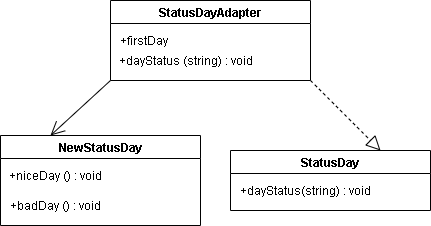
prusichka/Patterns keeps this draw.io diagram as Adapter/adapter.png. Above is the earlier version. Source tidied: cells renumbered, new cells last; positions are measured from the earlier drawing's top-left corner, leaving out a move shared by most shapes. Its diagram source:
```xml
<mxGraphModel>
  <root>
    <mxCell id="0" />
    <mxCell id="1" parent="0" />
    <mxCell id="2" value="StatusDay" style="swimlane;" parent="1" vertex="1">
      <mxGeometry x="230" y="150" width="200" height="60" as="geometry" />
    </mxCell>
    <mxCell id="3" value="+dayStatus(string) : void" style="text;html=1;align=center;verticalAlign=middle;strokeColor=none;" parent="2" vertex="1">
      <mxGeometry x="5" y="30" width="140" height="20" as="geometry" />
    </mxCell>
    <mxCell id="4" value="NewStatusDay" style="swimlane;" parent="1" vertex="1">
      <mxGeometry y="135" width="200" height="90" as="geometry" />
    </mxCell>
    <mxCell id="5" value="+niceDay () : void" style="text;html=1;align=center;verticalAlign=middle;strokeColor=none;" parent="4" vertex="1">
      <mxGeometry y="30" width="110" height="20" as="geometry" />
    </mxCell>
    <mxCell id="6" value="+badDay () : void" style="text;html=1;align=center;verticalAlign=middle;strokeColor=none;" parent="4" vertex="1">
      <mxGeometry x="5" y="60" width="100" height="20" as="geometry" />
    </mxCell>
    <mxCell id="7" value="StatusDayAdapter" style="swimlane;" parent="1" vertex="1">
      <mxGeometry x="110" width="200" height="80" as="geometry" />
    </mxCell>
    <mxCell id="8" value="+firstDay&amp;nbsp;" style="text;html=1;align=center;verticalAlign=middle;strokeColor=none;" parent="7" vertex="1">
      <mxGeometry y="30" width="70" height="20" as="geometry" />
    </mxCell>
    <mxCell id="9" value="+dayStatus (string) : void" style="text;html=1;align=center;verticalAlign=middle;strokeColor=none;" parent="7" vertex="1">
      <mxGeometry y="50" width="150" height="20" as="geometry" />
    </mxCell>
    <mxCell id="10" style="endArrow=open;endFill=1;endSize=12;html=1;entryX=0.25;entryY=0;entryDx=0;entryDy=0;exitX=0;exitY=1;exitDx=0;exitDy=0;" parent="1" edge="1" source="7" target="4">
      <mxGeometry relative="1" as="geometry" />
    </mxCell>
    <mxCell id="11" style="endArrow=block;dashed=1;endFill=0;endSize=12;html=1;entryX=0.75;entryY=0;entryDx=0;entryDy=0;exitX=1;exitY=1;exitDx=0;exitDy=0;" parent="1" edge="1" source="7" target="2">
      <mxGeometry relative="1" as="geometry" />
    </mxCell>
  </root>
</mxGraphModel>
```
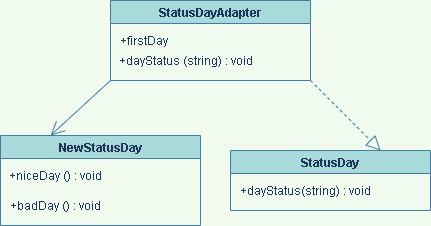
Later version of the same file.

Change to the diagram source:
```diff
@@ -1,35 +1,35 @@
-<mxGraphModel>
+<mxGraphModel background="#F1FAEE">
   <root>
     <mxCell id="0" />
     <mxCell id="1" parent="0" />
-    <mxCell id="2" value="StatusDay" style="swimlane;" parent="1" vertex="1">
+    <mxCell id="2" value="StatusDay" style="swimlane;fillColor=#A8DADC;strokeColor=#457B9D;fontColor=#1D3557;" parent="1" vertex="1">
       <mxGeometry x="230" y="150" width="200" height="60" as="geometry" />
     </mxCell>
-    <mxCell id="3" value="+dayStatus(string) : void" style="text;html=1;align=center;verticalAlign=middle;strokeColor=none;" parent="2" vertex="1">
+    <mxCell id="3" value="+dayStatus(string) : void" style="text;html=1;align=center;verticalAlign=middle;strokeColor=none;fontColor=#1D3557;" parent="2" vertex="1">
       <mxGeometry x="5" y="30" width="140" height="20" as="geometry" />
     </mxCell>
-    <mxCell id="4" value="NewStatusDay" style="swimlane;" parent="1" vertex="1">
+    <mxCell id="4" value="NewStatusDay" style="swimlane;fillColor=#A8DADC;strokeColor=#457B9D;fontColor=#1D3557;" parent="1" vertex="1">
       <mxGeometry y="135" width="200" height="90" as="geometry" />
     </mxCell>
-    <mxCell id="5" value="+niceDay () : void" style="text;html=1;align=center;verticalAlign=middle;strokeColor=none;" parent="4" vertex="1">
+    <mxCell id="5" value="+niceDay () : void" style="text;html=1;align=center;verticalAlign=middle;strokeColor=none;fontColor=#1D3557;" parent="4" vertex="1">
       <mxGeometry y="30" width="110" height="20" as="geometry" />
     </mxCell>
-    <mxCell id="6" value="+badDay () : void" style="text;html=1;align=center;verticalAlign=middle;strokeColor=none;" parent="4" vertex="1">
+    <mxCell id="6" value="+badDay () : void" style="text;html=1;align=center;verticalAlign=middle;strokeColor=none;fontColor=#1D3557;" parent="4" vertex="1">
       <mxGeometry x="5" y="60" width="100" height="20" as="geometry" />
     </mxCell>
-    <mxCell id="7" value="StatusDayAdapter" style="swimlane;" parent="1" vertex="1">
+    <mxCell id="7" value="StatusDayAdapter" style="swimlane;fillColor=#A8DADC;strokeColor=#457B9D;fontColor=#1D3557;" parent="1" vertex="1">
       <mxGeometry x="110" width="200" height="80" as="geometry" />
     </mxCell>
-    <mxCell id="8" value="+firstDay&amp;nbsp;" style="text;html=1;align=center;verticalAlign=middle;strokeColor=none;" parent="7" vertex="1">
+    <mxCell id="8" value="+firstDay&amp;nbsp;" style="text;html=1;align=center;verticalAlign=middle;strokeColor=none;fontColor=#1D3557;" parent="7" vertex="1">
       <mxGeometry y="30" width="70" height="20" as="geometry" />
     </mxCell>
-    <mxCell id="9" value="+dayStatus (string) : void" style="text;html=1;align=center;verticalAlign=middle;strokeColor=none;" parent="7" vertex="1">
+    <mxCell id="9" value="+dayStatus (string) : void" style="text;html=1;align=center;verticalAlign=middle;strokeColor=none;fontColor=#1D3557;" parent="7" vertex="1">
       <mxGeometry y="50" width="150" height="20" as="geometry" />
     </mxCell>
-    <mxCell id="10" style="endArrow=open;endFill=1;endSize=12;html=1;entryX=0.25;entryY=0;entryDx=0;entryDy=0;exitX=0;exitY=1;exitDx=0;exitDy=0;" parent="1" edge="1" source="7" target="4">
+    <mxCell id="10" style="endArrow=open;endFill=1;endSize=12;html=1;entryX=0.25;entryY=0;entryDx=0;entryDy=0;exitX=0;exitY=1;exitDx=0;exitDy=0;labelBackgroundColor=#F1FAEE;strokeColor=#457B9D;fontColor=#1D3557;" parent="1" edge="1" source="7" target="4">
       <mxGeometry relative="1" as="geometry" />
     </mxCell>
-    <mxCell id="11" style="endArrow=block;dashed=1;endFill=0;endSize=12;html=1;entryX=0.75;entryY=0;entryDx=0;entryDy=0;exitX=1;exitY=1;exitDx=0;exitDy=0;" parent="1" edge="1" source="7" target="2">
+    <mxCell id="11" style="endArrow=block;dashed=1;endFill=0;endSize=12;html=1;entryX=0.75;entryY=0;entryDx=0;entryDy=0;exitX=1;exitY=1;exitDx=0;exitDy=0;labelBackgroundColor=#F1FAEE;strokeColor=#457B9D;fontColor=#1D3557;" parent="1" edge="1" source="7" target="2">
       <mxGeometry relative="1" as="geometry" />
     </mxCell>
   </root>
```
